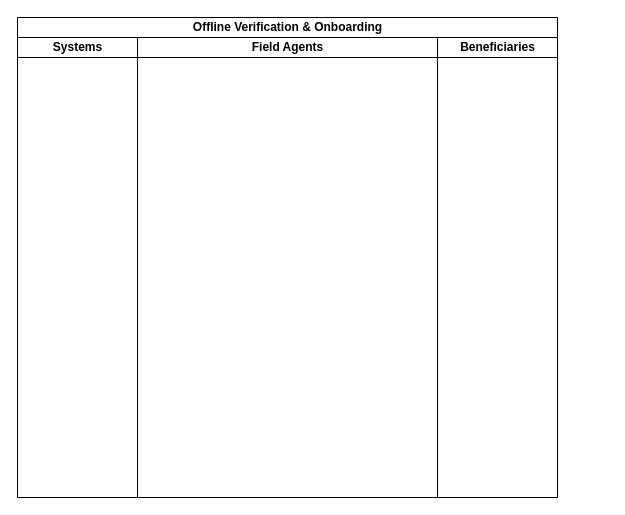
Above: .gitbook/assets/offline_verification_and_onboarding.drawio in OpenG2P/openg2p-documentation (draw.io), before the change. Source tidied: cells renumbered, new cells numbered last; positions are measured from the earlier drawing's top-left corner, leaving out a move shared by most shapes. Both pictures are drawn from the tidied source at 100%, with x=0, y=0 at pixel (17, 17). Pictures stored in the file or linked from it are replaced by grey dashed boxes.
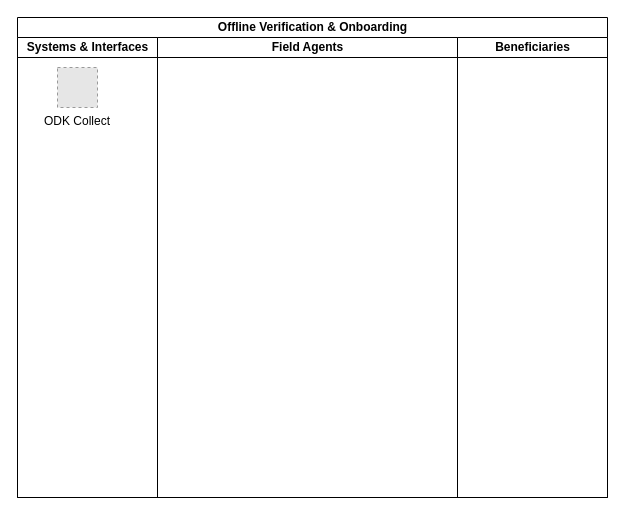
The same page after the edit.

What changed in the source:
```diff
@@
 <mxGraphModel>
   <root>
     <mxCell id="0" />
     <mxCell id="1" parent="0" />
     <mxCell id="2" value="Offline Verification &amp;amp; Onboarding" style="swimlane;startSize=20;html=1;" parent="1" vertex="1">
-      <mxGeometry width="540" height="480" as="geometry" />
+      <mxGeometry width="590" height="480" as="geometry" />
     </mxCell>
-    <mxCell id="3" value="Systems" style="swimlane;startSize=20;html=1;" parent="2" vertex="1">
-      <mxGeometry y="20" width="120" height="460" as="geometry" />
+    <mxCell id="3" value="Systems &amp;amp; Interfaces" style="swimlane;startSize=20;html=1;" parent="2" vertex="1">
+      <mxGeometry y="20" width="140" height="460" as="geometry" />
     </mxCell>
+    <mxCell id="6" value="ODK Collect" style="fillColor=#E6E6E6;strokeColor=#999999;dashed=1;verticalLabelPosition=bottom;verticalAlign=top;" parent="3" vertex="1">
+      <mxGeometry x="40" y="30" width="40" height="40" as="geometry" />
+    </mxCell>
     <mxCell id="4" value="Field Agents" style="swimlane;startSize=20;html=1;" parent="2" vertex="1">
-      <mxGeometry x="120" y="20" width="300" height="460" as="geometry" />
+      <mxGeometry x="140" y="20" width="300" height="460" as="geometry" />
     </mxCell>
     <mxCell id="5" value="Beneficiaries" style="swimlane;startSize=20;html=1;" parent="2" vertex="1">
-      <mxGeometry x="420" y="20" width="120" height="460" as="geometry" />
+      <mxGeometry x="440" y="20" width="150" height="460" as="geometry" />
     </mxCell>
   </root>
 </mxGraphModel>
```
